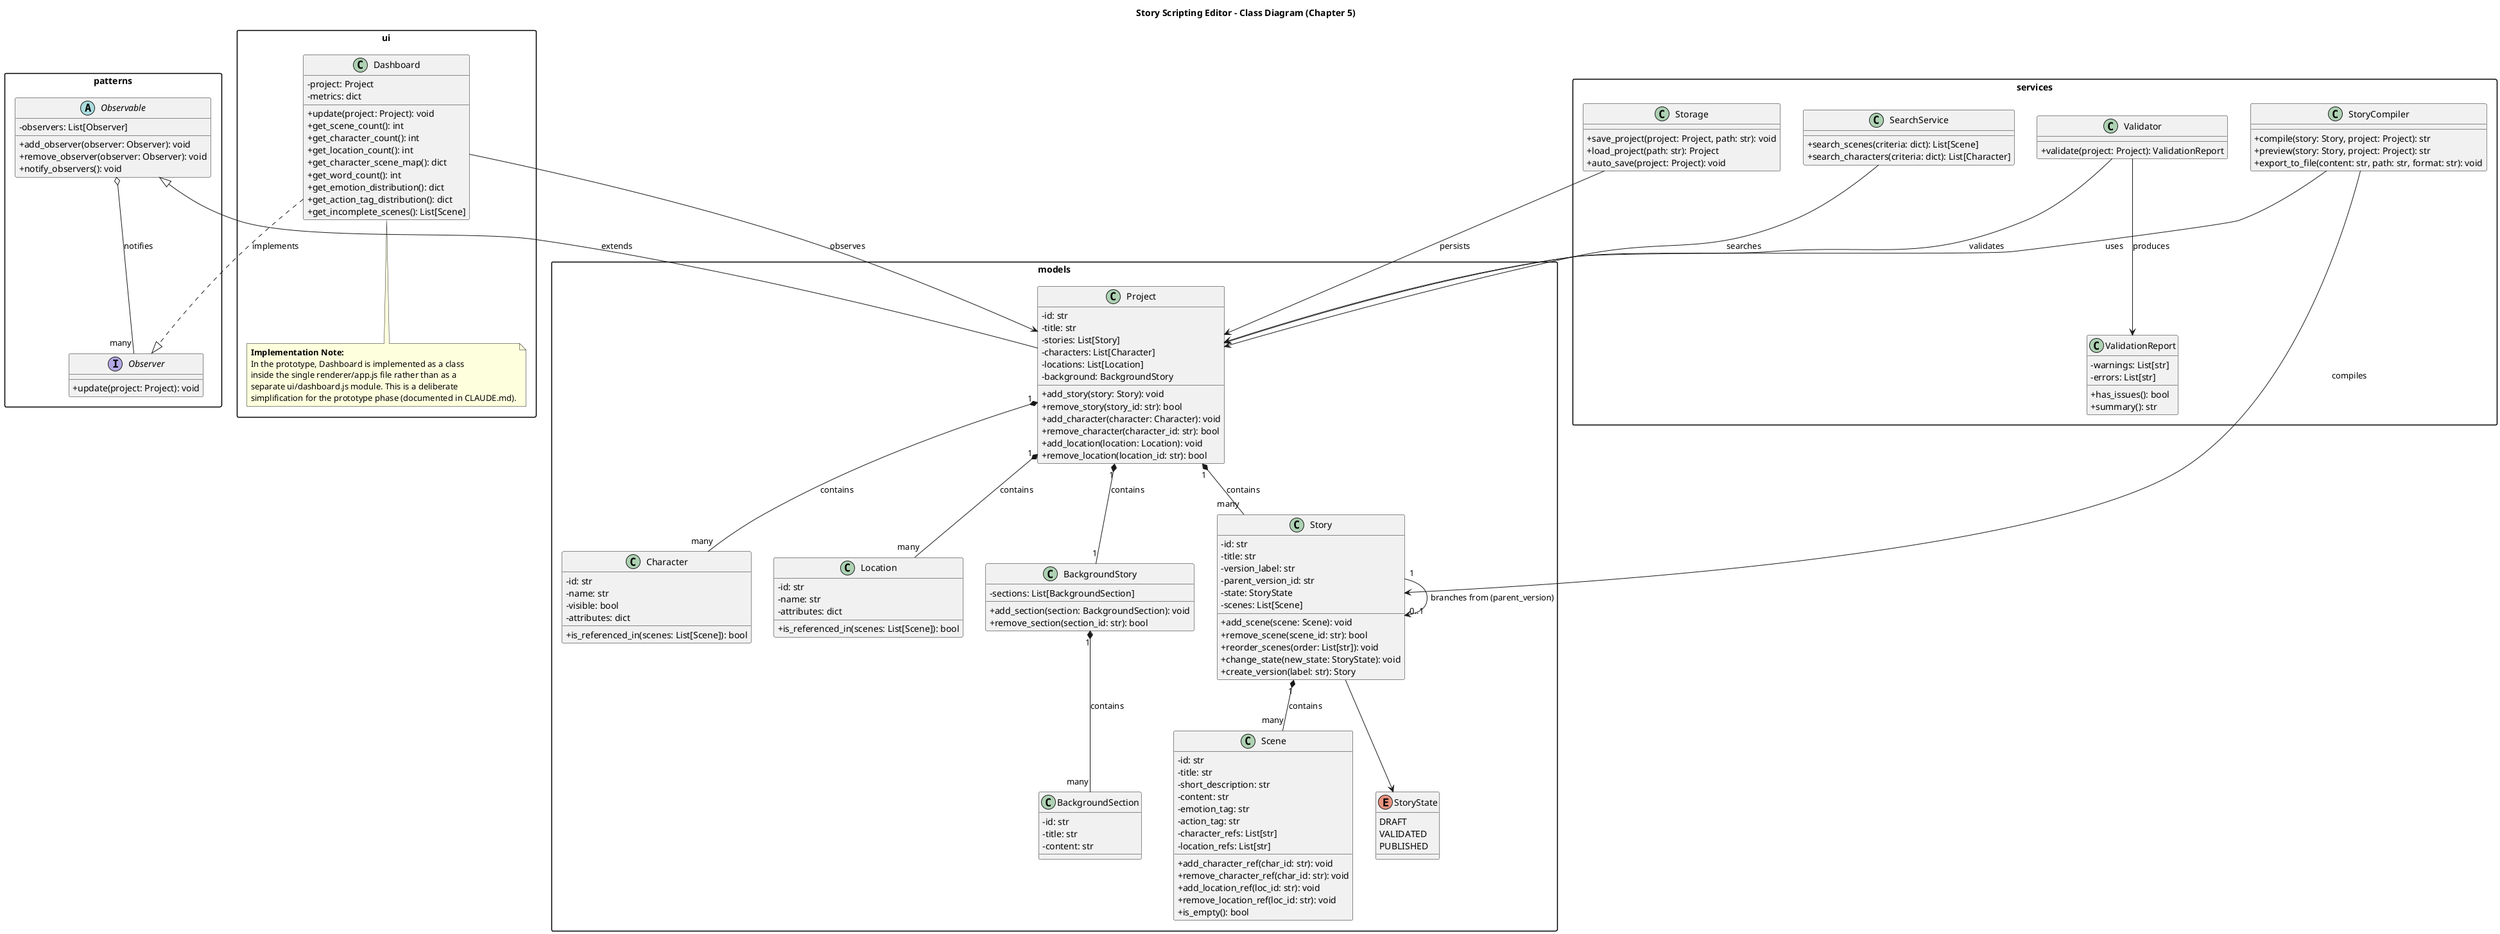
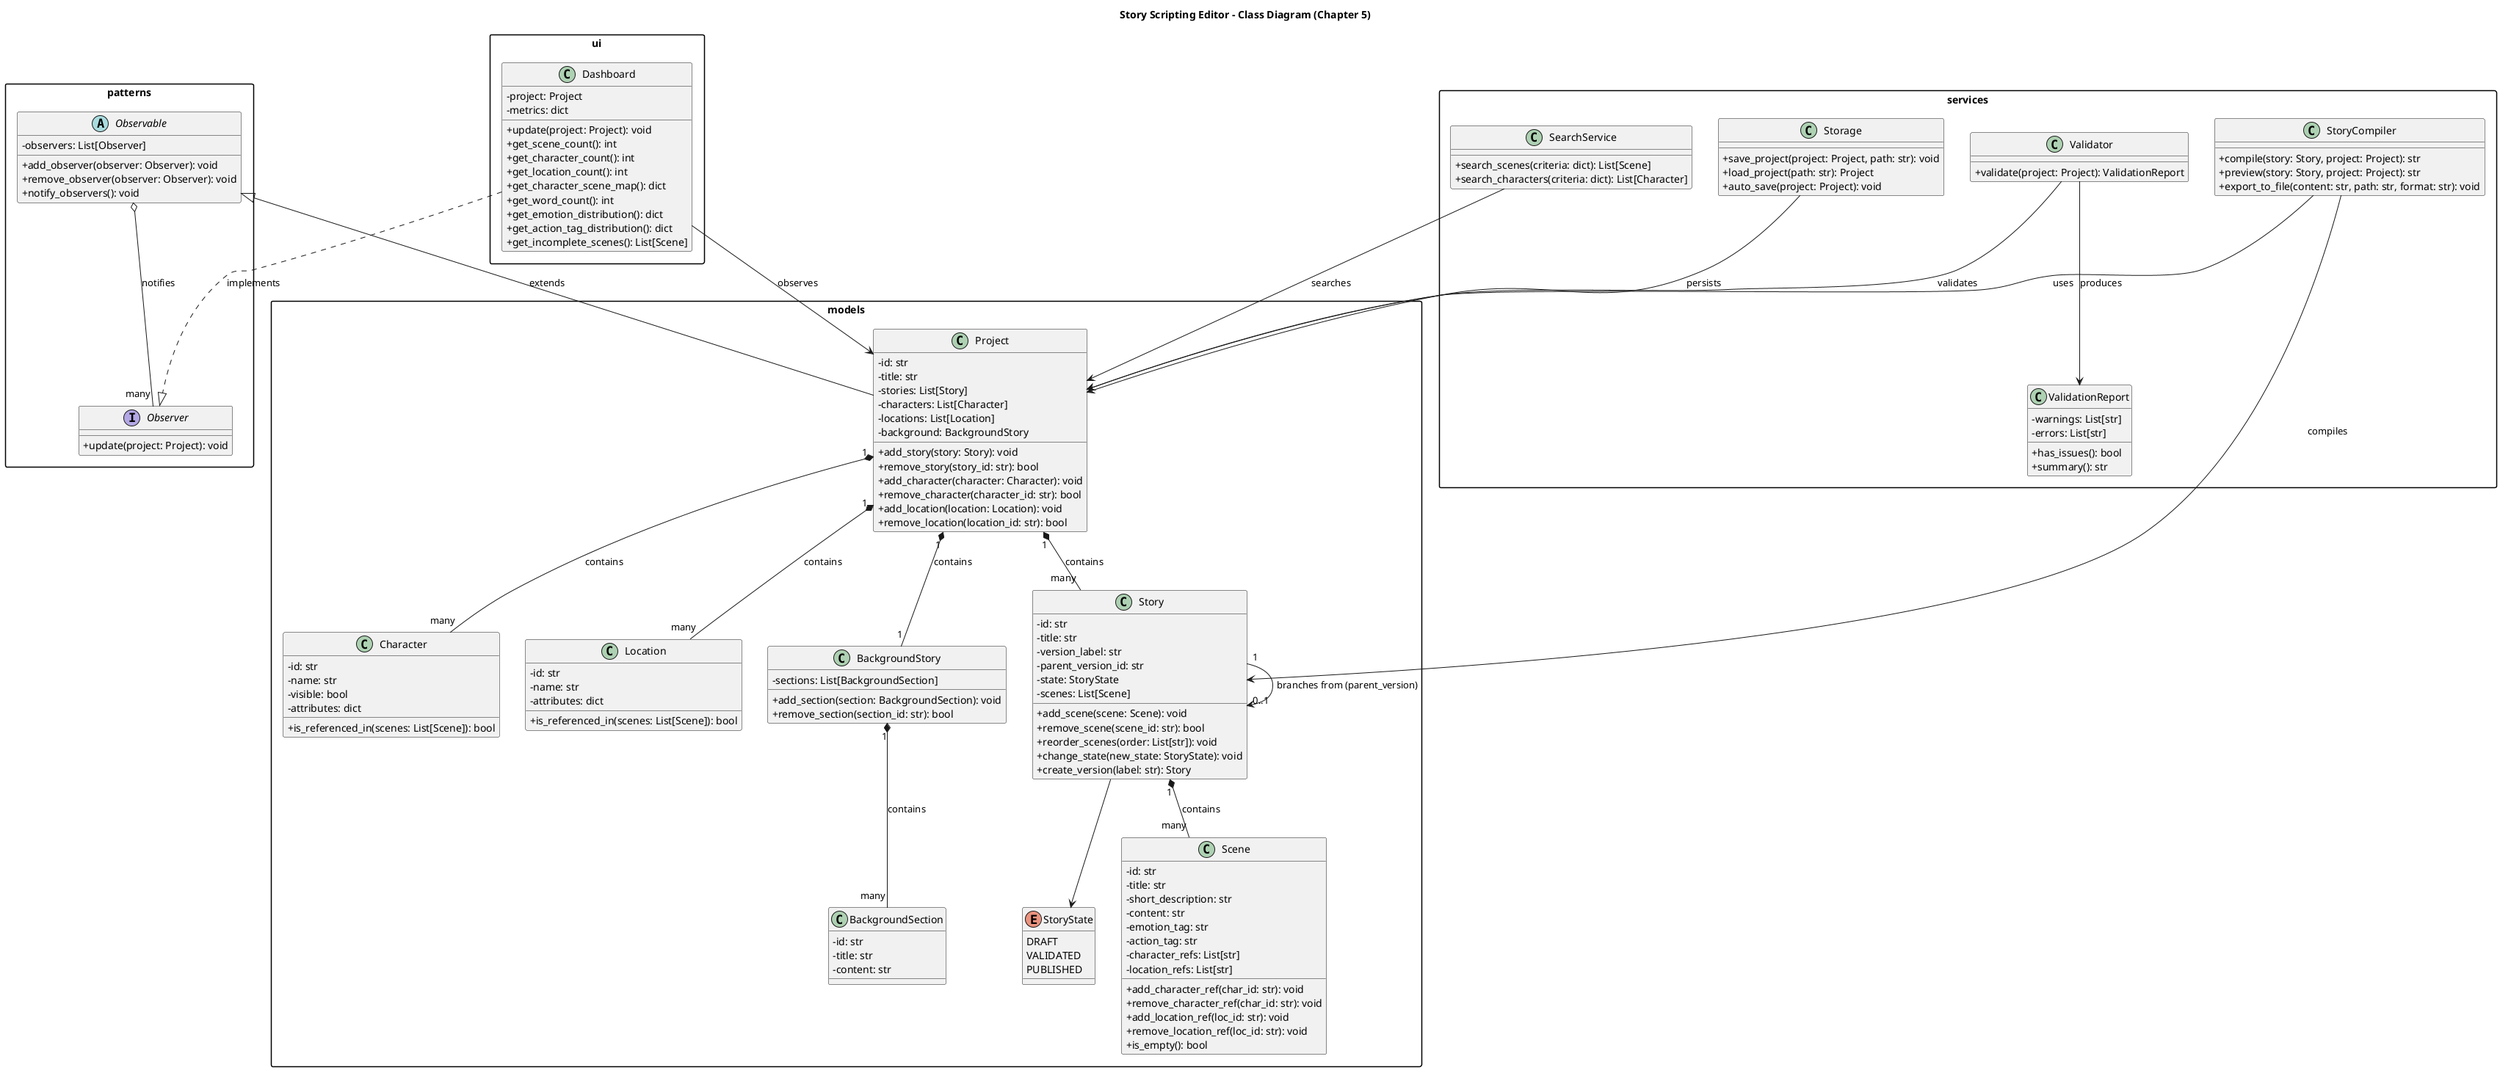
@startuml ClassDiagram
skinparam classAttributeIconSize 0
skinparam packageStyle rectangle
title Story Scripting Editor - Class Diagram (Chapter 5)

package "patterns" {
  interface Observer {
    + update(project: Project): void
  }

  abstract class Observable {
    - observers: List[Observer]
    + add_observer(observer: Observer): void
    + remove_observer(observer: Observer): void
    + notify_observers(): void
  }
}

package "models" {
  enum StoryState {
    DRAFT
    VALIDATED
    PUBLISHED
  }

  class Project {
    - id: str
    - title: str
    - stories: List[Story]
    - characters: List[Character]
    - locations: List[Location]
    - background: BackgroundStory
    + add_story(story: Story): void
    + remove_story(story_id: str): bool
    + add_character(character: Character): void
    + remove_character(character_id: str): bool
    + add_location(location: Location): void
    + remove_location(location_id: str): bool
  }

  class Story {
    - id: str
    - title: str
    - version_label: str
    - parent_version_id: str
    - state: StoryState
    - scenes: List[Scene]
    + add_scene(scene: Scene): void
    + remove_scene(scene_id: str): bool
    + reorder_scenes(order: List[str]): void
    + change_state(new_state: StoryState): void
    + create_version(label: str): Story
  }

  class Scene {
    - id: str
    - title: str
    - short_description: str
    - content: str
    - emotion_tag: str
    - action_tag: str
    - character_refs: List[str]
    - location_refs: List[str]
    + add_character_ref(char_id: str): void
    + remove_character_ref(char_id: str): void
    + add_location_ref(loc_id: str): void
    + remove_location_ref(loc_id: str): void
    + is_empty(): bool
  }

  class Character {
    - id: str
    - name: str
    - visible: bool
    - attributes: dict
    + is_referenced_in(scenes: List[Scene]): bool
  }

  class Location {
    - id: str
    - name: str
    - attributes: dict
    + is_referenced_in(scenes: List[Scene]): bool
  }

  class BackgroundStory {
    - sections: List[BackgroundSection]
    + add_section(section: BackgroundSection): void
    + remove_section(section_id: str): bool
  }

  class BackgroundSection {
    - id: str
    - title: str
    - content: str
  }
}

package "services" {
  class Validator {
    + validate(project: Project): ValidationReport
  }

  class ValidationReport {
    - warnings: List[str]
    - errors: List[str]
    + has_issues(): bool
    + summary(): str
  }

  class StoryCompiler {
    + compile(story: Story, project: Project): str
    + preview(story: Story, project: Project): str
    + export_to_file(content: str, path: str, format: str): void
  }

  class SearchService {
    + search_scenes(criteria: dict): List[Scene]
    + search_characters(criteria: dict): List[Character]
  }

  class Storage {
    + save_project(project: Project, path: str): void
    + load_project(path: str): Project
    + auto_save(project: Project): void
  }
}

package "ui" {
  class Dashboard {
    - project: Project
    - metrics: dict
    + update(project: Project): void
    + get_scene_count(): int
    + get_character_count(): int
    + get_location_count(): int
    + get_character_scene_map(): dict
    + get_word_count(): int
    + get_emotion_distribution(): dict
    + get_action_tag_distribution(): dict
    + get_incomplete_scenes(): List[Scene]
  }

-   note bottom of Dashboard
-     **Implementation Note:**
-     In the prototype, Dashboard is implemented as a class
-     inside the single renderer/app.js file rather than as a
-     separate ui/dashboard.js module. This is a deliberate
-     simplification for the prototype phase (documented in CLAUDE.md).
-   end note
}

' --- Observer pattern wiring ---
Observable <|-- Project : extends
Observable o-- "many" Observer : notifies
Dashboard ..|> Observer : implements
Dashboard --> Project : observes

' --- Domain model relationships ---
Project "1" *-- "many" Story : contains
Project "1" *-- "many" Character : contains
Project "1" *-- "many" Location : contains
Project "1" *-- "1" BackgroundStory : contains

Story "1" *-- "many" Scene : contains
Story --> StoryState
Story "1" --> "0..1" Story : branches from (parent_version)

BackgroundStory "1" *-- "many" BackgroundSection : contains

' --- Service relationships ---
Validator --> Project : validates
Validator --> ValidationReport : produces

StoryCompiler --> Story : compiles
StoryCompiler --> Project : uses

SearchService --> Project : searches

Storage --> Project : persists

@enduml
